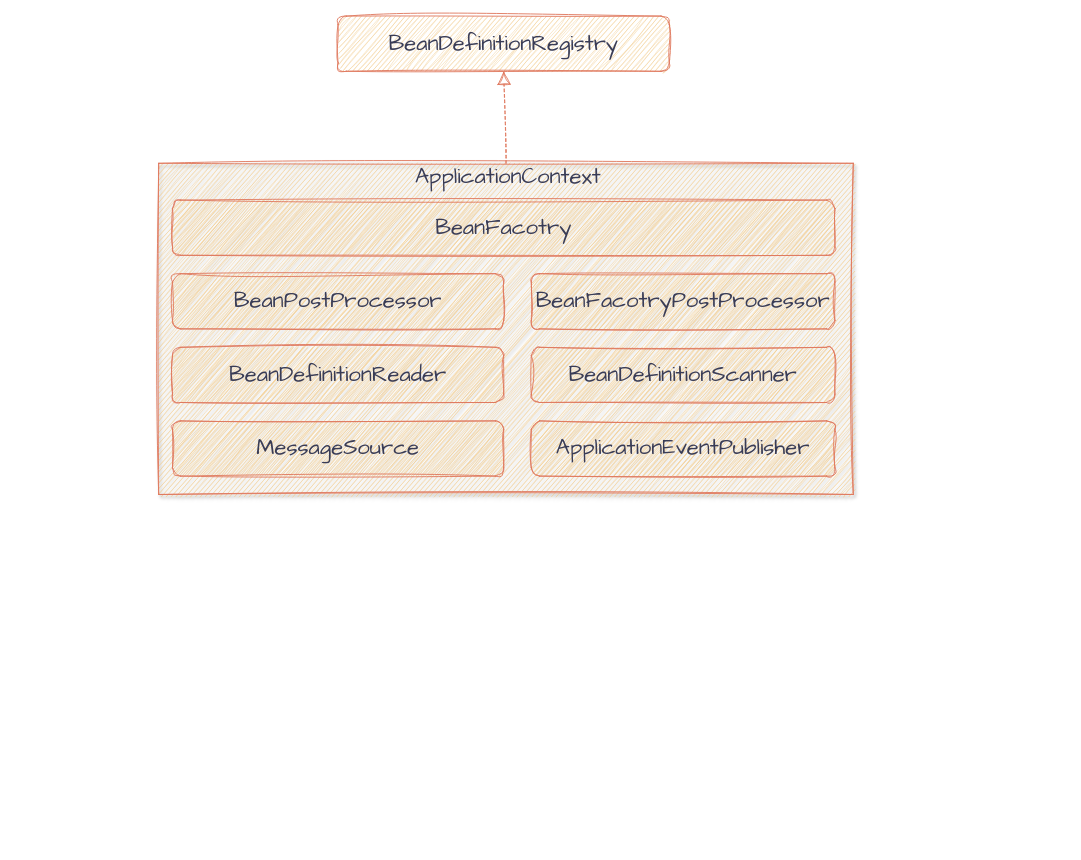
The draw.io diagram test.drawio in gywanghai/resources, before the edit. Source tidied: cells renumbered, new cells numbered last; positions are measured from the earlier drawing's top-left corner, leaving out a move shared by most shapes. Both pictures are drawn from the tidied source at 92%, with x=0, y=0 at pixel (158, 16).
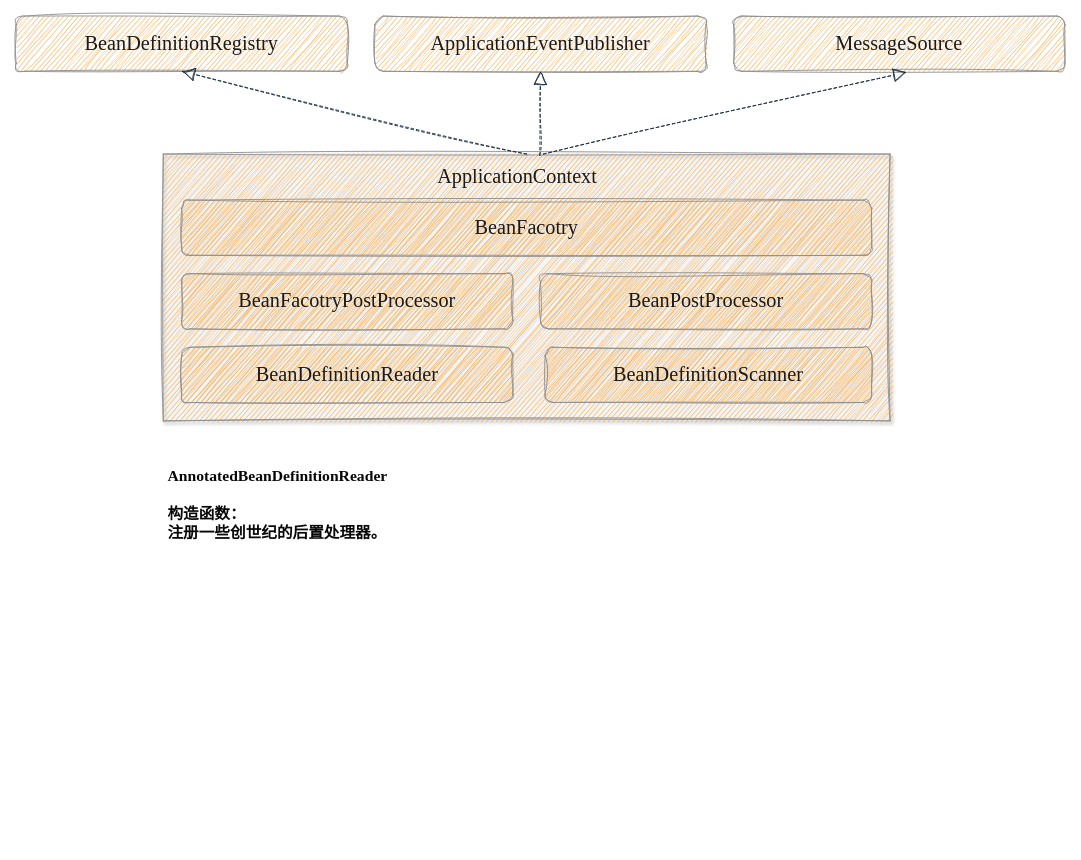
After the change.

The edit, as a diff of the source:
```diff
@@
 <mxGraphModel>
   <root>
     <mxCell id="0" />
     <mxCell id="1" parent="0" />
-    <mxCell id="2" value="&lt;div style=&quot;background-color: rgb(255, 255, 255); color: rgb(8, 8, 8); font-family: &amp;quot;JetBrains Mono&amp;quot;, monospace; font-size: 9.8pt;&quot;&gt;&lt;br&gt;&lt;/div&gt;" style="rounded=0;whiteSpace=wrap;html=1;fontSize=24;sketch=1;curveFitting=1;jiggle=2;labelBackgroundColor=none;fillColor=#F2CC8F;strokeColor=#E07A5F;fontColor=#393C56;fontFamily=Comic Sans MS;shadow=1;glass=0;" parent="1" vertex="1">
-      <mxGeometry y="160" width="755" height="360" as="geometry" />
+    <mxCell id="2" value="&lt;div style=&quot;background-color: rgb(255, 255, 255); color: rgb(8, 8, 8); font-size: 22px;&quot;&gt;&lt;br style=&quot;font-size: 22px;&quot;&gt;&lt;/div&gt;" style="rounded=0;whiteSpace=wrap;html=1;fontSize=22;sketch=1;curveFitting=1;jiggle=2;labelBackgroundColor=none;fillColor=#F5AB50;strokeColor=#909090;fontColor=#1A1A1A;fontFamily=Garamond;shadow=1;glass=0;" parent="1" vertex="1">
+      <mxGeometry x="5" y="150" width="790" height="290" as="geometry" />
     </mxCell>
-    <mxCell id="3" value="BeanFacotry" style="rounded=1;whiteSpace=wrap;html=1;fontSize=24;sketch=1;curveFitting=1;jiggle=2;labelBackgroundColor=none;fillColor=#F2CC8F;strokeColor=#E07A5F;fontColor=#393C56;fontFamily=Comic Sans MS;" parent="1" vertex="1">
-      <mxGeometry x="15" y="200" width="720" height="60" as="geometry" />
+    <mxCell id="3" value="BeanFacotry" style="rounded=1;whiteSpace=wrap;html=1;fontSize=22;sketch=1;curveFitting=1;jiggle=2;labelBackgroundColor=none;fillColor=#F5AB50;strokeColor=#909090;fontColor=#1A1A1A;fontFamily=Garamond;" parent="1" vertex="1">
+      <mxGeometry x="25" y="200" width="750" height="60" as="geometry" />
     </mxCell>
-    <mxCell id="4" value="ApplicationContext" style="text;html=1;strokeColor=none;fillColor=none;align=center;verticalAlign=middle;whiteSpace=wrap;rounded=1;fontSize=24;sketch=1;curveFitting=1;jiggle=2;labelBackgroundColor=none;fontColor=#393C56;fontFamily=Comic Sans MS;" parent="1" vertex="1">
-      <mxGeometry x="350" y="160" width="60" height="30" as="geometry" />
+    <mxCell id="4" value="ApplicationContext" style="text;html=1;strokeColor=none;fillColor=none;align=center;verticalAlign=middle;whiteSpace=wrap;rounded=1;fontSize=22;sketch=1;curveFitting=1;jiggle=2;labelBackgroundColor=none;fontColor=#1A1A1A;fontFamily=Garamond;" parent="1" vertex="1">
+      <mxGeometry x="360" y="160" width="60" height="30" as="geometry" />
     </mxCell>
-    <mxCell id="5" value="BeanFacotryPostProcessor" style="rounded=1;whiteSpace=wrap;html=1;fontSize=24;sketch=1;curveFitting=1;jiggle=2;labelBackgroundColor=none;fillColor=#F2CC8F;strokeColor=#E07A5F;fontColor=#393C56;fontFamily=Comic Sans MS;" parent="1" vertex="1">
-      <mxGeometry x="405" y="280" width="330" height="60" as="geometry" />
+    <mxCell id="5" value="BeanFacotryPostProcessor" style="rounded=1;whiteSpace=wrap;html=1;fontSize=22;sketch=1;curveFitting=1;jiggle=2;labelBackgroundColor=none;fillColor=#F5AB50;strokeColor=#909090;fontColor=#1A1A1A;fontFamily=Garamond;" parent="1" vertex="1">
+      <mxGeometry x="25" y="280" width="360" height="60" as="geometry" />
     </mxCell>
-    <mxCell id="6" value="BeanPostProcessor" style="rounded=1;whiteSpace=wrap;html=1;fontSize=24;sketch=1;curveFitting=1;jiggle=2;labelBackgroundColor=none;fillColor=#F2CC8F;strokeColor=#E07A5F;fontColor=#393C56;fontFamily=Comic Sans MS;" parent="1" vertex="1">
-      <mxGeometry x="15" y="280" width="360" height="60" as="geometry" />
+    <mxCell id="6" value="BeanPostProcessor" style="rounded=1;whiteSpace=wrap;html=1;fontSize=22;sketch=1;curveFitting=1;jiggle=2;labelBackgroundColor=none;fillColor=#F5AB50;strokeColor=#909090;fontColor=#1A1A1A;fontFamily=Garamond;" parent="1" vertex="1">
+      <mxGeometry x="415" y="280" width="360" height="60" as="geometry" />
     </mxCell>
-    <mxCell id="7" value="BeanDefinitionReader" style="rounded=1;whiteSpace=wrap;html=1;fontSize=24;sketch=1;curveFitting=1;jiggle=2;labelBackgroundColor=none;fillColor=#F2CC8F;strokeColor=#E07A5F;fontColor=#393C56;fontFamily=Comic Sans MS;" parent="1" vertex="1">
-      <mxGeometry x="15" y="360" width="360" height="60" as="geometry" />
+    <mxCell id="7" value="BeanDefinitionReader" style="rounded=1;whiteSpace=wrap;html=1;fontSize=22;sketch=1;curveFitting=1;jiggle=2;labelBackgroundColor=none;fillColor=#F5AB50;strokeColor=#909090;fontColor=#1A1A1A;fontFamily=Garamond;" parent="1" vertex="1">
+      <mxGeometry x="25" y="360" width="360" height="60" as="geometry" />
     </mxCell>
-    <mxCell id="8" value="BeanDefinitionScanner" style="rounded=1;whiteSpace=wrap;html=1;fontSize=24;sketch=1;curveFitting=1;jiggle=2;labelBackgroundColor=none;fillColor=#F2CC8F;strokeColor=#E07A5F;fontColor=#393C56;fontFamily=Comic Sans MS;" parent="1" vertex="1">
-      <mxGeometry x="405" y="360" width="330" height="60" as="geometry" />
+    <mxCell id="8" value="&lt;div style=&quot;font-size: 22px;&quot;&gt;&lt;span style=&quot;background-color: initial; font-size: 22px;&quot;&gt;BeanDefinitionScanner&lt;/span&gt;&lt;/div&gt;" style="rounded=1;whiteSpace=wrap;html=1;fontSize=22;sketch=1;curveFitting=1;jiggle=2;labelBackgroundColor=none;fillColor=#F5AB50;strokeColor=#909090;fontColor=#1A1A1A;fontFamily=Garamond;" parent="1" vertex="1">
+      <mxGeometry x="420" y="360" width="355" height="60" as="geometry" />
     </mxCell>
-    <mxCell id="9" value="BeanDefinitionRegistry" style="rounded=1;whiteSpace=wrap;html=1;fontSize=24;sketch=1;curveFitting=1;jiggle=2;labelBackgroundColor=none;fillColor=#F2CC8F;strokeColor=#E07A5F;fontColor=#393C56;fontFamily=Comic Sans MS;" parent="1" vertex="1">
-      <mxGeometry x="195" width="360" height="60" as="geometry" />
+    <mxCell id="9" value="BeanDefinitionRegistry" style="rounded=1;whiteSpace=wrap;html=1;fontSize=22;sketch=1;curveFitting=1;jiggle=2;labelBackgroundColor=none;fillColor=#F5AB50;strokeColor=#909090;fontColor=#1A1A1A;fontFamily=Garamond;" parent="1" vertex="1">
+      <mxGeometry x="-155" width="360" height="60" as="geometry" />
     </mxCell>
-    <mxCell id="10" value="MessageSource" style="rounded=1;whiteSpace=wrap;html=1;fontSize=24;sketch=1;curveFitting=1;jiggle=2;labelBackgroundColor=none;fillColor=#F2CC8F;strokeColor=#E07A5F;fontColor=#393C56;fontFamily=Comic Sans MS;" parent="1" vertex="1">
-      <mxGeometry x="15" y="440" width="360" height="60" as="geometry" />
-    </mxCell>
-    <mxCell id="11" style="endArrow=block;dashed=1;endFill=0;endSize=12;html=1;rounded=0;sketch=1;hachureGap=4;jiggle=2;curveFitting=1;strokeColor=#E07A5F;fontFamily=Architects Daughter;fontSize=16;fontColor=#393C56;fillColor=#F2CC8F;entryX=0.5;entryY=1;entryDx=0;entryDy=0;exitX=0.5;exitY=0;exitDx=0;exitDy=0;" parent="1" edge="1" source="2" target="9">
+    <mxCell id="11" style="endArrow=block;dashed=1;endFill=0;endSize=12;html=1;rounded=0;sketch=1;hachureGap=4;jiggle=2;curveFitting=1;strokeColor=#182E3E;fontFamily=Garamond;fontSize=22;fontColor=default;entryX=0.5;entryY=1;entryDx=0;entryDy=0;exitX=0.5;exitY=0;exitDx=0;exitDy=0;labelBackgroundColor=none;horizontal=1;" parent="1" edge="1" source="2" target="9">
       <mxGeometry relative="1" as="geometry" />
     </mxCell>
-    <mxCell id="12" value="ApplicationEventPublisher" style="rounded=1;whiteSpace=wrap;html=1;fontSize=24;sketch=1;curveFitting=1;jiggle=2;labelBackgroundColor=none;fillColor=#F2CC8F;strokeColor=#E07A5F;fontColor=#393C56;fontFamily=Comic Sans MS;" parent="1" vertex="1">
-      <mxGeometry x="405" y="440" width="330" height="60" as="geometry" />
+    <mxCell id="12" value="ApplicationEventPublisher" style="rounded=1;whiteSpace=wrap;html=1;fontSize=22;sketch=1;curveFitting=1;jiggle=2;labelBackgroundColor=none;fillColor=#F5AB50;strokeColor=#909090;fontColor=#1A1A1A;fontFamily=Garamond;" parent="1" vertex="1">
+      <mxGeometry x="235" width="360" height="60" as="geometry" />
     </mxCell>
+    <mxCell id="13" style="endArrow=block;dashed=1;endFill=0;endSize=12;html=1;rounded=0;sketch=1;hachureGap=4;jiggle=2;curveFitting=1;strokeColor=#182E3E;fontFamily=Garamond;fontSize=22;fontColor=default;entryX=0.5;entryY=1;entryDx=0;entryDy=0;exitX=0.518;exitY=0.005;exitDx=0;exitDy=0;labelBackgroundColor=none;exitPerimeter=0;" parent="1" edge="1" source="2" target="12">
+      <mxGeometry relative="1" as="geometry" />
+    </mxCell>
+    <mxCell id="10" value="MessageSource" style="rounded=1;whiteSpace=wrap;html=1;fontSize=22;sketch=1;curveFitting=1;jiggle=2;labelBackgroundColor=none;fillColor=#F5AB50;strokeColor=#909090;fontColor=#1A1A1A;fontFamily=Garamond;" parent="1" vertex="1">
+      <mxGeometry x="625" width="360" height="60" as="geometry" />
+    </mxCell>
+    <mxCell id="14" style="endArrow=block;dashed=1;endFill=0;endSize=12;html=1;rounded=0;sketch=1;hachureGap=4;jiggle=2;curveFitting=1;strokeColor=#182E3E;fontFamily=Garamond;fontSize=22;fontColor=default;entryX=0.522;entryY=1.017;entryDx=0;entryDy=0;labelBackgroundColor=none;entryPerimeter=0;exitX=0.523;exitY=0;exitDx=0;exitDy=0;exitPerimeter=0;" parent="1" edge="1" source="2" target="10">
+      <mxGeometry relative="1" as="geometry" />
+    </mxCell>
+    <mxCell id="15" value="&lt;h1 style=&quot;font-size: 17px;&quot;&gt;&lt;div style=&quot;background-color: rgb(255, 255, 255); font-size: 17px;&quot;&gt;&lt;font color=&quot;#080808&quot; style=&quot;font-size: 17px;&quot;&gt;AnnotatedBeanDefinitionReader&lt;/font&gt;&lt;br style=&quot;font-size: 17px;&quot;&gt;&lt;/div&gt;&lt;div style=&quot;background-color: rgb(255, 255, 255); font-size: 17px;&quot;&gt;&lt;br&gt;&lt;/div&gt;&lt;div style=&quot;background-color: rgb(255, 255, 255); font-size: 17px;&quot;&gt;&lt;font color=&quot;#080808&quot;&gt;构造函数：&lt;/font&gt;&lt;/div&gt;&lt;div style=&quot;background-color: rgb(255, 255, 255); font-size: 17px;&quot;&gt;&lt;font color=&quot;#080808&quot;&gt;注册一些创世纪的后置处理器。&lt;/font&gt;&lt;/div&gt;&lt;/h1&gt;" style="text;html=1;strokeColor=none;fillColor=none;spacing=5;spacingTop=-20;whiteSpace=wrap;overflow=hidden;rounded=0;fontSize=17;fontFamily=Garamond;fontColor=#1A1A1A;" parent="1" vertex="1">
+      <mxGeometry x="5" y="490" width="535" height="410" as="geometry" />
+    </mxCell>
   </root>
 </mxGraphModel>
```
